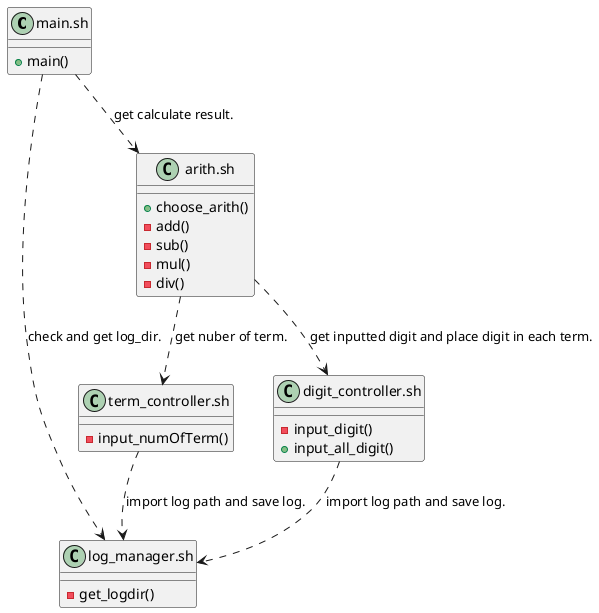
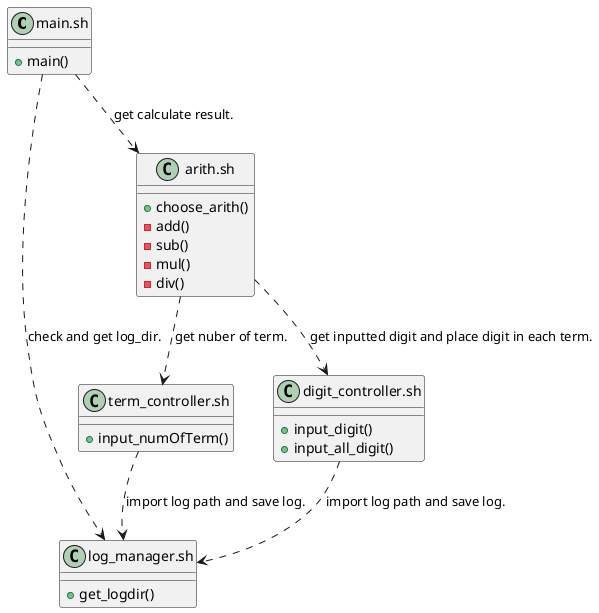
@startuml
	class "main.sh" as main {
		+ main()
	}
	class "log_manager.sh" as log {
- 		- get_logdir()
+ 		+ get_logdir()
	}
	class "term_controller.sh" as term {
- 		- input_numOfTerm()
+ 		+ input_numOfTerm()
	}
	class "digit_controller.sh" as digit {
- 		- input_digit()
+ 		+ input_digit()
		+ input_all_digit()
	}
	class "arith.sh" as arith {
		+ choose_arith()
		- add()
		- sub()
		- mul()
		- div()
	}

main ..> log: check and get log_dir.
arith ..> term: get nuber of term.
arith ..> digit: get inputted digit and place digit in each term.
main ..> arith: get calculate result.
term ..> log: import log path and save log.
digit ..> log: import log path and save log.
@enduml
